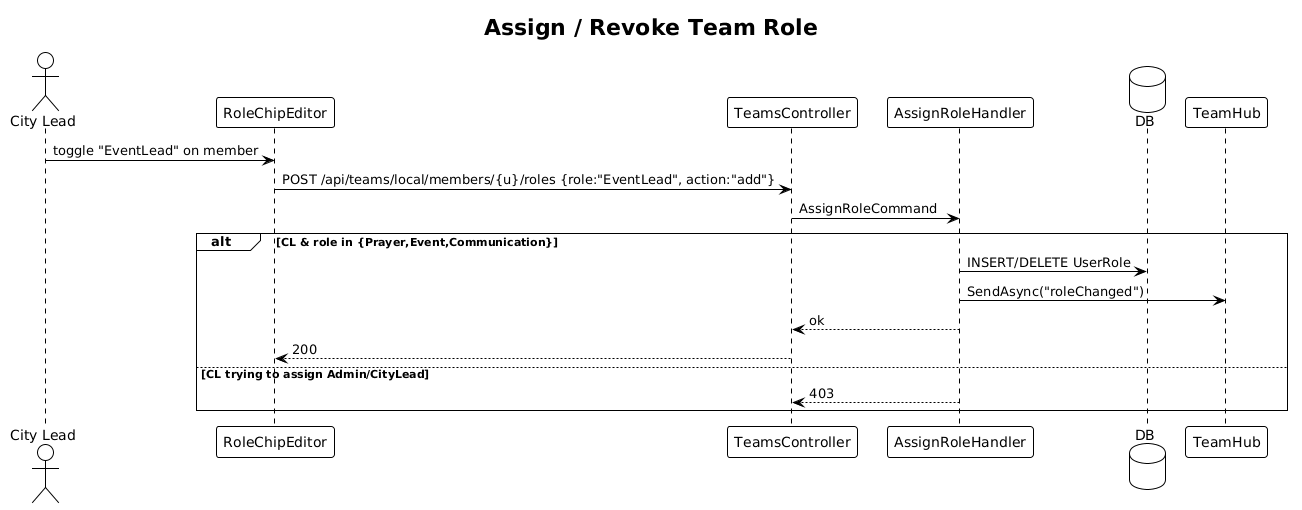
Above: docs/detailed-designs/28-assign-role/diagrams/sequence_assign.png in QuinntyneBrown/TheUpperRoom (PlantUML), before the change. Source of this version:
```plantuml
@startuml
!theme plain
title Assign / Revoke Team Role

actor "City Lead" as CL
participant "RoleChipEditor" as E
participant "TeamsController" as C
participant "AssignRoleHandler" as H
database "DB" as DB
participant "TeamHub" as Hub

CL -> E: toggle "EventLead" on member
E -> C: POST /api/teams/local/members/{u}/roles {role:"EventLead", action:"add"}
C -> H: AssignRoleCommand
alt CL & role in {Prayer,Event,Communication}
  H -> DB: INSERT/DELETE UserRole
  H -> Hub: SendAsync("roleChanged")
  H --> C: ok
  C --> E: 200
else CL trying to assign Admin/CityLead
  H --> C: 403
end
@enduml
```
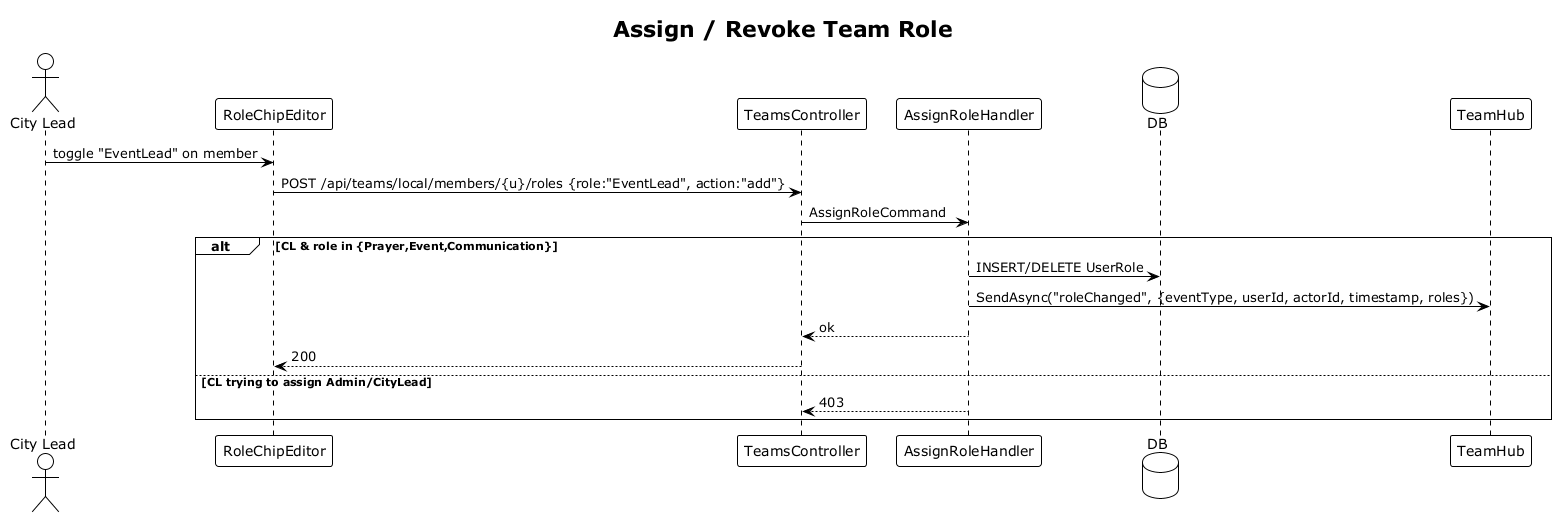
The same diagram one commit later.

Change to the diagram source:
```diff
@@ -1,4 +1,4 @@
-@startuml
+@startuml sequence_assign
 !theme plain
 title Assign / Revoke Team Role
 
@@ -14,7 +14,7 @@
 C -> H: AssignRoleCommand
 alt CL & role in {Prayer,Event,Communication}
   H -> DB: INSERT/DELETE UserRole
-  H -> Hub: SendAsync("roleChanged")
+  H -> Hub: SendAsync("roleChanged", {eventType, userId, actorId, timestamp, roles})
   H --> C: ok
   C --> E: 200
 else CL trying to assign Admin/CityLead
```
